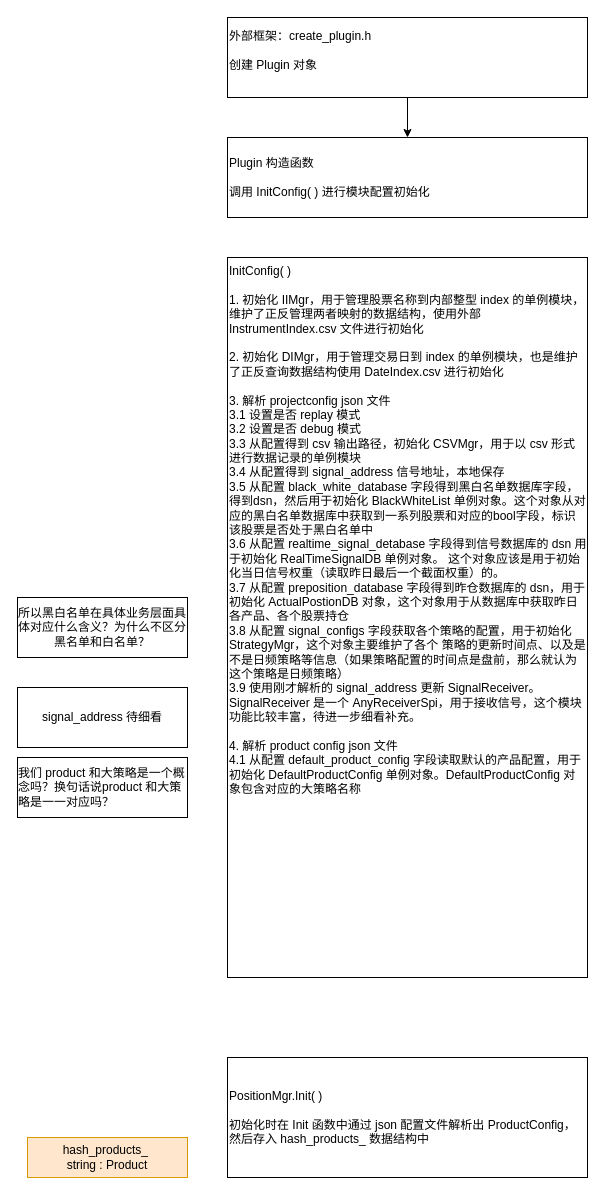
Above: page "流程" (2 of 2) of mario.drawio in zhaxd123/drawio (draw.io), before the change. Source tidied: cells renumbered, new cells numbered last; positions are measured from the earlier drawing's top-left corner, leaving out a move shared by most shapes. Both pictures are drawn from the tidied source at 100%, with x=0, y=0 at pixel (17, 17).
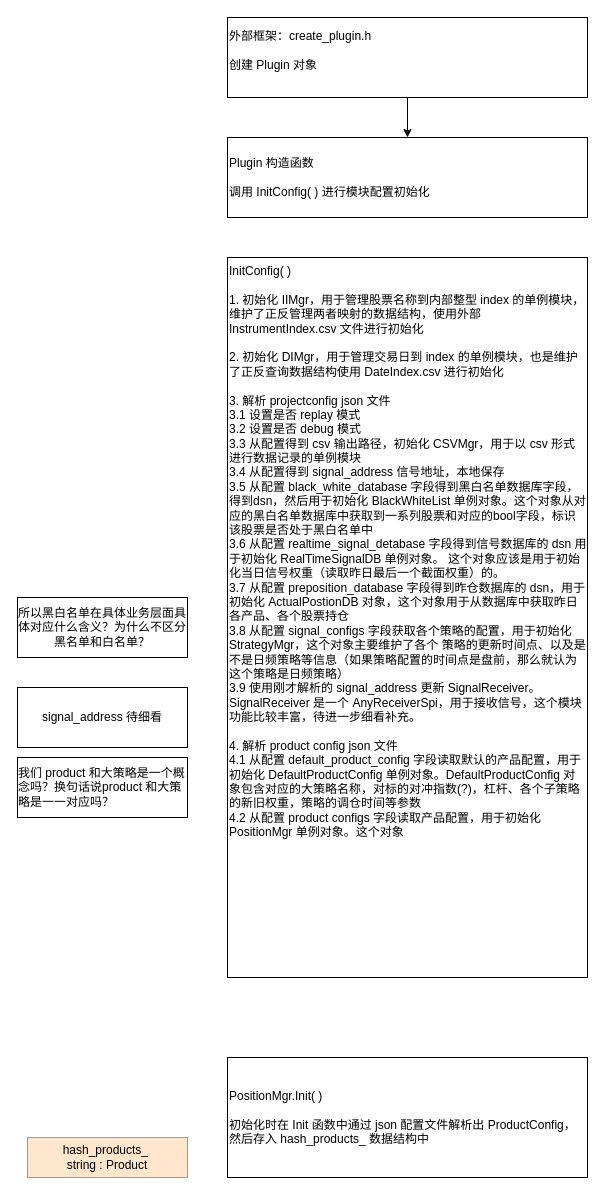
The same page after the edit.

What changed in the source:
```diff
@@
 <mxGraphModel>
   <root>
     <mxCell id="0" />
     <mxCell id="1" parent="0" />
     <mxCell id="2" value="PositionMgr.Init( )&lt;div&gt;&lt;div&gt;&lt;br&gt;&lt;/div&gt;&lt;div&gt;初始化时在 Init 函数中通过 json 配置文件解析出&amp;nbsp;ProductConfig，然后存入&amp;nbsp;hash_products_&amp;nbsp;数据结构中&amp;nbsp;&lt;/div&gt;&lt;/div&gt;" style="rounded=0;whiteSpace=wrap;html=1;align=left;" parent="1" vertex="1">
       <mxGeometry x="210" y="1040" width="360" height="120" as="geometry" />
     </mxCell>
     <mxCell id="3" value="&lt;span style=&quot;text-align: left;&quot;&gt;hash_products_&amp;nbsp;&lt;/span&gt;&lt;div&gt;&lt;span style=&quot;text-align: left;&quot;&gt;string : Product&lt;/span&gt;&lt;/div&gt;" style="rounded=0;whiteSpace=wrap;html=1;fillColor=#ffe6cc;strokeColor=#d79b00;" parent="1" vertex="1">
       <mxGeometry x="10" y="1120" width="160" height="40" as="geometry" />
     </mxCell>
     <mxCell id="4" value="Plugin&amp;nbsp;构造函数&lt;div&gt;&lt;br&gt;&lt;/div&gt;&lt;div&gt;调用 InitConfig( )&amp;nbsp;进行模块配置初始化&lt;/div&gt;" style="rounded=0;whiteSpace=wrap;html=1;align=left;" parent="1" vertex="1">
       <mxGeometry x="210" y="120" width="360" height="80" as="geometry" />
     </mxCell>
     <mxCell id="5" style="edgeStyle=orthogonalEdgeStyle;rounded=0;jettySize=auto;html=1;" parent="1" edge="1" source="6" target="4">
       <mxGeometry relative="1" as="geometry" />
     </mxCell>
     <mxCell id="6" value="外部框架：create_plugin.h&lt;div&gt;&lt;br&gt;&lt;/div&gt;&lt;div&gt;创建 Plugin&amp;nbsp;对象&lt;br&gt;&lt;div&gt;&lt;br&gt;&lt;/div&gt;&lt;/div&gt;" style="rounded=0;whiteSpace=wrap;html=1;align=left;" parent="1" vertex="1">
       <mxGeometry x="210" width="360" height="80" as="geometry" />
     </mxCell>
-    <mxCell id="7" value="&lt;div&gt;InitConfig( )&lt;/div&gt;&lt;div&gt;&lt;br&gt;&lt;/div&gt;&lt;div&gt;1.&amp;nbsp;初始化 IIMgr，用于管理股票名称到内部整型 index&amp;nbsp;的单例模块，维护了正反管理两者映射的数据结构，使用外部 InstrumentIndex.csv&amp;nbsp;文件进行初始化&lt;/div&gt;&lt;div&gt;&lt;br&gt;&lt;/div&gt;&lt;div&gt;2.&amp;nbsp;初始化 DIMgr，用于管理交易日到&amp;nbsp;index&amp;nbsp;的单例模块，也是维护了正反&lt;span style=&quot;background-color: transparent; color: light-dark(rgb(0, 0, 0), rgb(255, 255, 255));&quot;&gt;查询&lt;/span&gt;&lt;span style=&quot;background-color: transparent; color: light-dark(rgb(0, 0, 0), rgb(255, 255, 255));&quot;&gt;数据结构使用 DateIndex.csv&amp;nbsp;进行初始化&lt;/span&gt;&lt;/div&gt;&lt;div&gt;&lt;span style=&quot;background-color: transparent; color: light-dark(rgb(0, 0, 0), rgb(255, 255, 255));&quot;&gt;&lt;br&gt;&lt;/span&gt;&lt;/div&gt;&lt;div&gt;&lt;span style=&quot;background-color: transparent; color: light-dark(rgb(0, 0, 0), rgb(255, 255, 255));&quot;&gt;3.&amp;nbsp;解析&amp;nbsp;projectconfig&amp;nbsp;json&amp;nbsp;文件&lt;/span&gt;&lt;/div&gt;&lt;div&gt;&lt;span style=&quot;background-color: transparent; color: light-dark(rgb(0, 0, 0), rgb(255, 255, 255));&quot;&gt;3.1&amp;nbsp;设置是否 replay&amp;nbsp;模式&lt;/span&gt;&lt;/div&gt;&lt;div&gt;&lt;span style=&quot;background-color: transparent; color: light-dark(rgb(0, 0, 0), rgb(255, 255, 255));&quot;&gt;3.2&amp;nbsp;设置是否&amp;nbsp;debug&amp;nbsp;模式&lt;/span&gt;&lt;/div&gt;&lt;div&gt;&lt;span style=&quot;background-color: transparent; color: light-dark(rgb(0, 0, 0), rgb(255, 255, 255));&quot;&gt;3.3&amp;nbsp;从配置得到 csv&amp;nbsp;输出路径，初始化 CSVMgr，用于以&amp;nbsp;csv&amp;nbsp;形式进行数据记录的单例模块&lt;/span&gt;&lt;/div&gt;&lt;div&gt;&lt;span style=&quot;background-color: transparent; color: light-dark(rgb(0, 0, 0), rgb(255, 255, 255));&quot;&gt;3.4&amp;nbsp;从配置得到&amp;nbsp;signal_address&amp;nbsp;信号地址，本地保存&lt;/span&gt;&lt;/div&gt;&lt;div&gt;&lt;span style=&quot;background-color: transparent; color: light-dark(rgb(0, 0, 0), rgb(255, 255, 255));&quot;&gt;3.5&amp;nbsp;从配置&amp;nbsp;black_white_database&amp;nbsp;字段得到黑白名单数据库字段，得到dsn，然后用于初始化 BlackWhiteList&amp;nbsp;单例对象。这个对象从对应的黑白名单数据库中获取到一系列股票和对应的bool字段，标识该股票是否处于黑白名单中&lt;/span&gt;&lt;/div&gt;&lt;div&gt;&lt;span style=&quot;background-color: transparent; color: light-dark(rgb(0, 0, 0), rgb(255, 255, 255));&quot;&gt;3.6&amp;nbsp;从配置&amp;nbsp;realtime_signal_detabase&amp;nbsp;字段得到信号数据库的 dsn&amp;nbsp;用于初始化 RealTimeSignalDB&amp;nbsp;单例对象。&amp;nbsp;这个对象应该是用于初始化当日信号权重（读取昨日最后一个截面权重）的。&lt;/span&gt;&lt;/div&gt;&lt;div&gt;&lt;span style=&quot;background-color: transparent; color: light-dark(rgb(0, 0, 0), rgb(255, 255, 255));&quot;&gt;3.7&amp;nbsp;从配置 preposition_database&amp;nbsp;字段得到昨仓数据库的 dsn，用于初始化 ActualPostionDB&amp;nbsp;对象，这个对象用于从数据库中获取昨日各产品、各个股票持仓&lt;/span&gt;&lt;/div&gt;&lt;div&gt;&lt;span style=&quot;background-color: transparent; color: light-dark(rgb(0, 0, 0), rgb(255, 255, 255));&quot;&gt;3.8&amp;nbsp;从配置&amp;nbsp;signal_configs&amp;nbsp;字段获取各个策略的配置，用于初始化 StrategyMgr，这个对象主要维护了各个&amp;nbsp;策略的更新时间点、以及是不是日频策略等信息（如果策略配置的时间点是盘前，那么就认为这个策略是日频策略）&lt;/span&gt;&lt;/div&gt;&lt;div&gt;&lt;span style=&quot;background-color: transparent; color: light-dark(rgb(0, 0, 0), rgb(255, 255, 255));&quot;&gt;3.9&amp;nbsp;使用刚才解析的&amp;nbsp;signal_address&amp;nbsp;更新 SignalReceiver。&lt;/span&gt;&lt;span style=&quot;background-color: transparent; color: light-dark(rgb(0, 0, 0), rgb(255, 255, 255));&quot;&gt;SignalReceiver&amp;nbsp;是一个 AnyReceiverSpi，用于接收信号，这个模块功能比较丰富，待进一步细看补充。&lt;/span&gt;&lt;/div&gt;&lt;div&gt;&lt;span style=&quot;background-color: transparent; color: light-dark(rgb(0, 0, 0), rgb(255, 255, 255));&quot;&gt;&lt;br&gt;&lt;/span&gt;&lt;/div&gt;&lt;div&gt;4.&amp;nbsp;解析&amp;nbsp;product&amp;nbsp;config&amp;nbsp;json 文件&lt;/div&gt;&lt;div&gt;4.1&amp;nbsp;从配置&amp;nbsp;default_product_config&amp;nbsp;字段读取默认的产品配置，用于初始化 DefaultProductConfig&amp;nbsp;单例对象。&lt;span style=&quot;background-color: transparent; color: light-dark(rgb(0, 0, 0), rgb(255, 255, 255));&quot;&gt;DefaultProductConfig&amp;nbsp;对象包含对应的大策略名称&lt;/span&gt;&lt;/div&gt;&lt;div&gt;&lt;br&gt;&lt;/div&gt;" style="rounded=0;whiteSpace=wrap;html=1;align=left;verticalAlign=top;" parent="1" vertex="1">
+    <mxCell id="7" value="&lt;div&gt;InitConfig( )&lt;/div&gt;&lt;div&gt;&lt;br&gt;&lt;/div&gt;&lt;div&gt;1.&amp;nbsp;初始化 IIMgr，用于管理股票名称到内部整型 index&amp;nbsp;的单例模块，维护了正反管理两者映射的数据结构，使用外部 InstrumentIndex.csv&amp;nbsp;文件进行初始化&lt;/div&gt;&lt;div&gt;&lt;br&gt;&lt;/div&gt;&lt;div&gt;2.&amp;nbsp;初始化 DIMgr，用于管理交易日到&amp;nbsp;index&amp;nbsp;的单例模块，也是维护了正反&lt;span style=&quot;background-color: transparent; color: light-dark(rgb(0, 0, 0), rgb(255, 255, 255));&quot;&gt;查询&lt;/span&gt;&lt;span style=&quot;background-color: transparent; color: light-dark(rgb(0, 0, 0), rgb(255, 255, 255));&quot;&gt;数据结构使用 DateIndex.csv&amp;nbsp;进行初始化&lt;/span&gt;&lt;/div&gt;&lt;div&gt;&lt;span style=&quot;background-color: transparent; color: light-dark(rgb(0, 0, 0), rgb(255, 255, 255));&quot;&gt;&lt;br&gt;&lt;/span&gt;&lt;/div&gt;&lt;div&gt;&lt;span style=&quot;background-color: transparent; color: light-dark(rgb(0, 0, 0), rgb(255, 255, 255));&quot;&gt;3.&amp;nbsp;解析&amp;nbsp;projectconfig&amp;nbsp;json&amp;nbsp;文件&lt;/span&gt;&lt;/div&gt;&lt;div&gt;&lt;span style=&quot;background-color: transparent; color: light-dark(rgb(0, 0, 0), rgb(255, 255, 255));&quot;&gt;3.1&amp;nbsp;设置是否 replay&amp;nbsp;模式&lt;/span&gt;&lt;/div&gt;&lt;div&gt;&lt;span style=&quot;background-color: transparent; color: light-dark(rgb(0, 0, 0), rgb(255, 255, 255));&quot;&gt;3.2&amp;nbsp;设置是否&amp;nbsp;debug&amp;nbsp;模式&lt;/span&gt;&lt;/div&gt;&lt;div&gt;&lt;span style=&quot;background-color: transparent; color: light-dark(rgb(0, 0, 0), rgb(255, 255, 255));&quot;&gt;3.3&amp;nbsp;从配置得到 csv&amp;nbsp;输出路径，初始化 CSVMgr，用于以&amp;nbsp;csv&amp;nbsp;形式进行数据记录的单例模块&lt;/span&gt;&lt;/div&gt;&lt;div&gt;&lt;span style=&quot;background-color: transparent; color: light-dark(rgb(0, 0, 0), rgb(255, 255, 255));&quot;&gt;3.4&amp;nbsp;从配置得到&amp;nbsp;signal_address&amp;nbsp;信号地址，本地保存&lt;/span&gt;&lt;/div&gt;&lt;div&gt;&lt;span style=&quot;background-color: transparent; color: light-dark(rgb(0, 0, 0), rgb(255, 255, 255));&quot;&gt;3.5&amp;nbsp;从配置&amp;nbsp;black_white_database&amp;nbsp;字段得到黑白名单数据库字段，得到dsn，然后用于初始化 BlackWhiteList&amp;nbsp;单例对象。这个对象从对应的黑白名单数据库中获取到一系列股票和对应的bool字段，标识该股票是否处于黑白名单中&lt;/span&gt;&lt;/div&gt;&lt;div&gt;&lt;span style=&quot;background-color: transparent; color: light-dark(rgb(0, 0, 0), rgb(255, 255, 255));&quot;&gt;3.6&amp;nbsp;从配置&amp;nbsp;realtime_signal_detabase&amp;nbsp;字段得到信号数据库的 dsn&amp;nbsp;用于初始化 RealTimeSignalDB&amp;nbsp;单例对象。&amp;nbsp;这个对象应该是用于初始化当日信号权重（读取昨日最后一个截面权重）的。&lt;/span&gt;&lt;/div&gt;&lt;div&gt;&lt;span style=&quot;background-color: transparent; color: light-dark(rgb(0, 0, 0), rgb(255, 255, 255));&quot;&gt;3.7&amp;nbsp;从配置 preposition_database&amp;nbsp;字段得到昨仓数据库的 dsn，用于初始化 ActualPostionDB&amp;nbsp;对象，这个对象用于从数据库中获取昨日各产品、各个股票持仓&lt;/span&gt;&lt;/div&gt;&lt;div&gt;&lt;span style=&quot;background-color: transparent; color: light-dark(rgb(0, 0, 0), rgb(255, 255, 255));&quot;&gt;3.8&amp;nbsp;从配置&amp;nbsp;signal_configs&amp;nbsp;字段获取各个策略的配置，用于初始化 StrategyMgr，这个对象主要维护了各个&amp;nbsp;策略的更新时间点、以及是不是日频策略等信息（如果策略配置的时间点是盘前，那么就认为这个策略是日频策略）&lt;/span&gt;&lt;/div&gt;&lt;div&gt;&lt;span style=&quot;background-color: transparent; color: light-dark(rgb(0, 0, 0), rgb(255, 255, 255));&quot;&gt;3.9&amp;nbsp;使用刚才解析的&amp;nbsp;signal_address&amp;nbsp;更新 SignalReceiver。&lt;/span&gt;&lt;span style=&quot;background-color: transparent; color: light-dark(rgb(0, 0, 0), rgb(255, 255, 255));&quot;&gt;SignalReceiver&amp;nbsp;是一个 AnyReceiverSpi，用于接收信号，这个模块功能比较丰富，待进一步细看补充。&lt;/span&gt;&lt;/div&gt;&lt;div&gt;&lt;span style=&quot;background-color: transparent; color: light-dark(rgb(0, 0, 0), rgb(255, 255, 255));&quot;&gt;&lt;br&gt;&lt;/span&gt;&lt;/div&gt;&lt;div&gt;4.&amp;nbsp;解析&amp;nbsp;product&amp;nbsp;config&amp;nbsp;json 文件&lt;/div&gt;&lt;div&gt;4.1&amp;nbsp;从配置&amp;nbsp;default_product_config&amp;nbsp;字段读取默认的产品配置，用于初始化 DefaultProductConfig&amp;nbsp;单例对象。&lt;span style=&quot;background-color: transparent; color: light-dark(rgb(0, 0, 0), rgb(255, 255, 255));&quot;&gt;DefaultProductConfig&amp;nbsp;对象包含对应的大策略名称，对标的对冲指数(?)，杠杆、各个子策略的新旧权重，策略的调仓时间等参数&lt;/span&gt;&lt;/div&gt;&lt;div&gt;4.2&amp;nbsp;从配置&amp;nbsp;product&amp;nbsp;configs&amp;nbsp;字段读取产品配置，用于初始化 PositionMgr&amp;nbsp;单例对象。这个对象&lt;/div&gt;" style="rounded=0;whiteSpace=wrap;html=1;align=left;verticalAlign=top;" parent="1" vertex="1">
       <mxGeometry x="210" y="240" width="360" height="720" as="geometry" />
     </mxCell>
     <mxCell id="8" value="所以黑白名单在具体业务层面具体对应什么含义？为什么不区分黑名单和白名单？" style="rounded=0;whiteSpace=wrap;html=1;" parent="1" vertex="1">
       <mxGeometry y="580" width="170" height="60" as="geometry" />
     </mxCell>
     <mxCell id="9" value="&lt;span style=&quot;text-align: left;&quot;&gt;signal_address&amp;nbsp;待细看&lt;/span&gt;" style="rounded=0;whiteSpace=wrap;html=1;" parent="1" vertex="1">
       <mxGeometry y="670" width="170" height="60" as="geometry" />
     </mxCell>
     <mxCell id="10" value="&lt;div style=&quot;text-align: left;&quot;&gt;&lt;span style=&quot;background-color: transparent; color: light-dark(rgb(0, 0, 0), rgb(255, 255, 255));&quot;&gt;我们&amp;nbsp;product&amp;nbsp;和大策略是一个概念吗？换句话说product&amp;nbsp;和大策略是一一对应吗？&lt;/span&gt;&lt;/div&gt;" style="rounded=0;whiteSpace=wrap;html=1;" parent="1" vertex="1">
       <mxGeometry y="740" width="170" height="60" as="geometry" />
     </mxCell>
   </root>
 </mxGraphModel>
```
